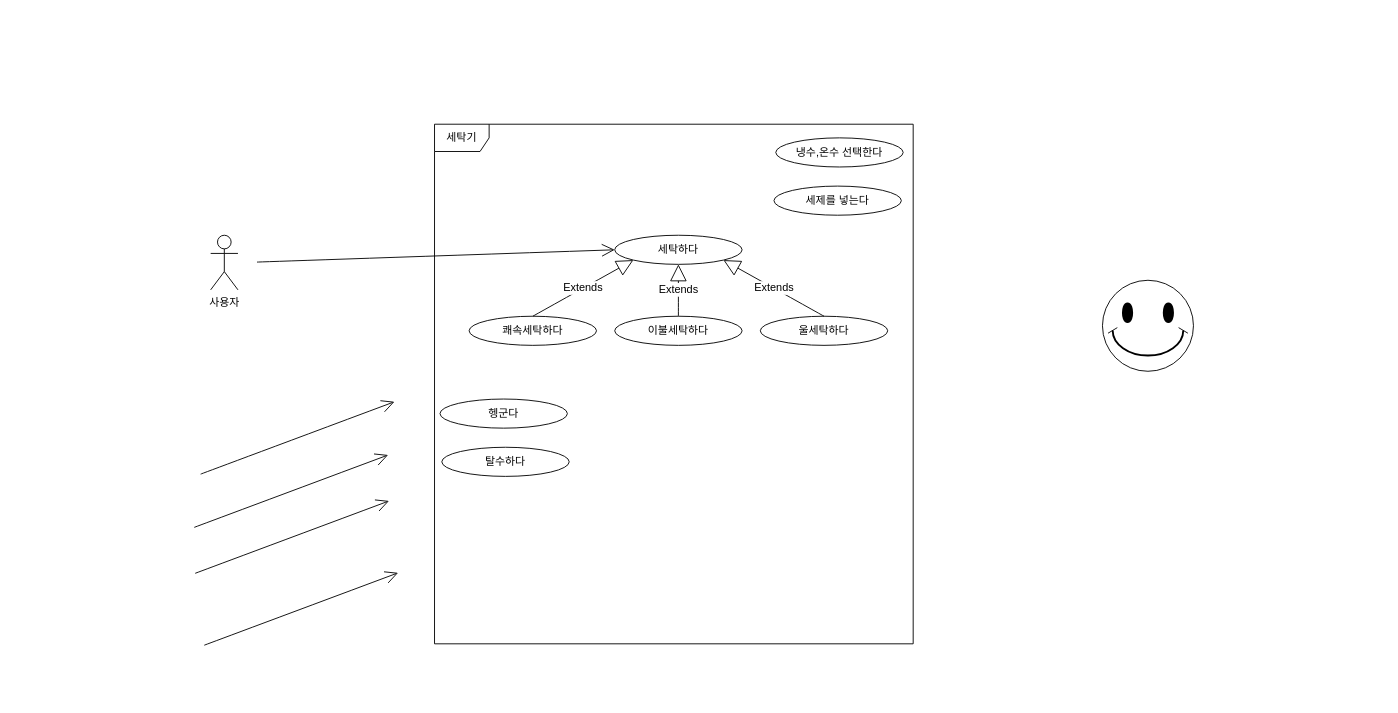
Earlier version of the draw.io diagram 제목 없는 다이어그램.drawio (Heeju-Lee/KOSTA). Source tidied: cells renumbered, new cells numbered last; positions are measured from the earlier drawing's top-left corner, leaving out a move shared by most shapes. Both pictures are drawn from the tidied source at 91%, with x=0, y=0 at pixel (194, 124).
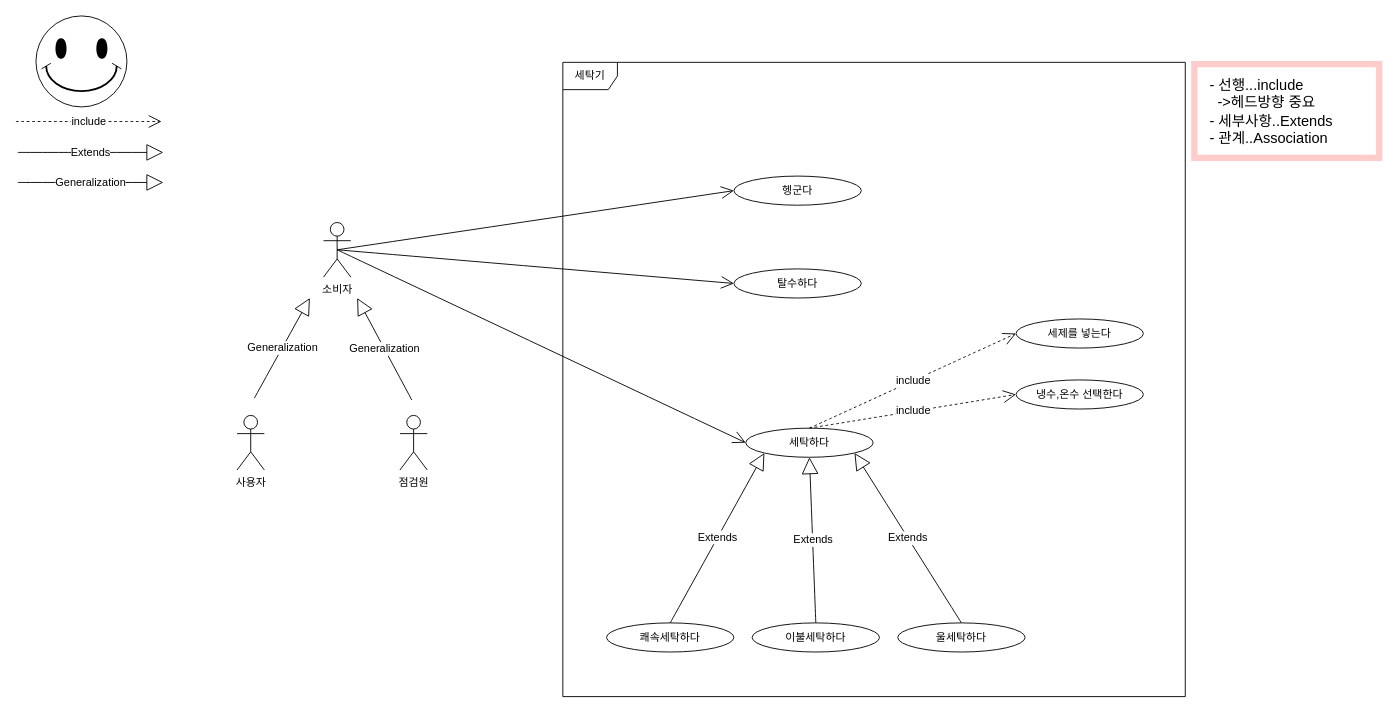
After the change.

Commit message (it also covers changes not shown here):
제목 없는 다이어그램.drawio 업데이트

Change to the diagram source:
```diff
@@
-<mxGraphModel>
+<mxGraphModel background="#ffffff">
@@
-    <mxCell id="2" value="사용자" style="shape=umlActor;verticalLabelPosition=bottom;verticalAlign=top;html=1;" parent="1" vertex="1">
-      <mxGeometry x="18" y="122" width="30" height="60" as="geometry" />
+    <mxCell id="2" value="소비자" style="shape=umlActor;verticalLabelPosition=bottom;verticalAlign=top;html=1;" parent="1" vertex="1">
+      <mxGeometry x="142" y="108" width="30" height="60" as="geometry" />
     </mxCell>
     <mxCell id="3" style="verticalLabelPosition=bottom;verticalAlign=top;html=1;shape=mxgraph.basic.smiley;" parent="1" vertex="1">
-      <mxGeometry x="998" y="171.5" width="100" height="100" as="geometry" />
+      <mxGeometry x="-174" y="-119" width="100" height="100" as="geometry" />
     </mxCell>
     <mxCell id="4" value="세탁하다" style="ellipse;whiteSpace=wrap;html=1;" parent="1" vertex="1">
-      <mxGeometry x="462" y="122" width="140" height="32" as="geometry" />
+      <mxGeometry x="606" y="334" width="140" height="32" as="geometry" />
     </mxCell>
     <mxCell id="5" value="냉수,온수 선택한다" style="ellipse;whiteSpace=wrap;html=1;" parent="1" vertex="1">
-      <mxGeometry x="639" y="15" width="140" height="32" as="geometry" />
+      <mxGeometry x="903" y="281" width="140" height="32" as="geometry" />
     </mxCell>
     <mxCell id="6" value="세제를 넣는다" style="ellipse;whiteSpace=wrap;html=1;" parent="1" vertex="1">
-      <mxGeometry x="637" y="68" width="140" height="32" as="geometry" />
+      <mxGeometry x="903" y="214" width="140" height="32" as="geometry" />
     </mxCell>
     <mxCell id="7" value="탈수하다" style="ellipse;whiteSpace=wrap;html=1;" parent="1" vertex="1">
-      <mxGeometry x="272" y="355" width="140" height="32" as="geometry" />
+      <mxGeometry x="593" y="159" width="140" height="32" as="geometry" />
     </mxCell>
     <mxCell id="8" value="헹군다" style="ellipse;whiteSpace=wrap;html=1;" parent="1" vertex="1">
-      <mxGeometry x="270" y="302" width="140" height="32" as="geometry" />
+      <mxGeometry x="593" y="57" width="140" height="32" as="geometry" />
     </mxCell>
     <mxCell id="9" value="쾌속세탁하다" style="ellipse;whiteSpace=wrap;html=1;" parent="1" vertex="1">
-      <mxGeometry x="302" y="211" width="140" height="32" as="geometry" />
+      <mxGeometry x="453" y="548" width="140" height="32" as="geometry" />
     </mxCell>
     <mxCell id="10" value="이불세탁하다" style="ellipse;whiteSpace=wrap;html=1;" parent="1" vertex="1">
-      <mxGeometry x="462" y="211" width="140" height="32" as="geometry" />
+      <mxGeometry x="613" y="548" width="140" height="32" as="geometry" />
     </mxCell>
     <mxCell id="11" value="세탁기" style="shape=umlFrame;whiteSpace=wrap;html=1;" parent="1" vertex="1">
-      <mxGeometry x="264" width="526" height="571" as="geometry" />
+      <mxGeometry x="405" y="-68" width="684" height="697" as="geometry" />
     </mxCell>
-    <mxCell id="12" style="endArrow=open;endFill=1;endSize=12;html=1;rounded=0;fontSize=12;curved=1;entryX=0;entryY=0.5;entryDx=0;entryDy=0;" parent="1" edge="1" target="4">
-      <mxGeometry relative="1" as="geometry">
-        <mxPoint x="69" y="151.5" as="sourcePoint" />
-      </mxGeometry>
+    <mxCell id="12" style="endArrow=open;endFill=1;endSize=12;html=1;rounded=0;fontSize=12;curved=1;entryX=0;entryY=0.5;entryDx=0;entryDy=0;exitX=0.5;exitY=0.5;exitDx=0;exitDy=0;exitPerimeter=0;" parent="1" edge="1" source="2" target="4">
+      <mxGeometry relative="1" as="geometry" />
     </mxCell>
-    <mxCell id="13" style="endArrow=open;endFill=1;endSize=12;html=1;rounded=0;fontSize=12;curved=1;entryX=0;entryY=0.5;entryDx=0;entryDy=0;" parent="1" edge="1">
-      <mxGeometry relative="1" as="geometry">
-        <mxPoint x="7" y="384.5" as="sourcePoint" />
-        <mxPoint x="220" y="305" as="targetPoint" />
-      </mxGeometry>
-    </mxCell>
-    <mxCell id="14" style="endArrow=open;endFill=1;endSize=12;html=1;rounded=0;fontSize=12;curved=1;entryX=0;entryY=0.5;entryDx=0;entryDy=0;" parent="1" edge="1">
-      <mxGeometry relative="1" as="geometry">
-        <mxPoint y="443" as="sourcePoint" />
-        <mxPoint x="213" y="363.5" as="targetPoint" />
-      </mxGeometry>
-    </mxCell>
-    <mxCell id="15" style="endArrow=open;endFill=1;endSize=12;html=1;rounded=0;fontSize=12;curved=1;entryX=0;entryY=0.5;entryDx=0;entryDy=0;" parent="1" edge="1">
-      <mxGeometry relative="1" as="geometry">
-        <mxPoint x="1" y="493.5" as="sourcePoint" />
-        <mxPoint x="214" y="414" as="targetPoint" />
-      </mxGeometry>
-    </mxCell>
-    <mxCell id="16" style="endArrow=open;endFill=1;endSize=12;html=1;rounded=0;fontSize=12;curved=1;entryX=0;entryY=0.5;entryDx=0;entryDy=0;" parent="1" edge="1">
-      <mxGeometry relative="1" as="geometry">
-        <mxPoint x="11" y="572.5" as="sourcePoint" />
-        <mxPoint x="224" y="493" as="targetPoint" />
-      </mxGeometry>
-    </mxCell>
     <mxCell id="17" value="울세탁하다" style="ellipse;whiteSpace=wrap;html=1;" parent="1" vertex="1">
-      <mxGeometry x="622" y="211" width="140" height="32" as="geometry" />
+      <mxGeometry x="773" y="548" width="140" height="32" as="geometry" />
     </mxCell>
@@
+    <mxCell id="21" style="endArrow=open;endFill=1;endSize=12;html=1;rounded=0;fontSize=12;curved=1;entryX=0;entryY=0.5;entryDx=0;entryDy=0;exitX=0.5;exitY=0.5;exitDx=0;exitDy=0;exitPerimeter=0;" parent="1" edge="1" source="2" target="8">
+      <mxGeometry relative="1" as="geometry" />
+    </mxCell>
+    <mxCell id="22" value="include" style="endArrow=open;endSize=12;dashed=1;html=1;rounded=0;fontSize=12;curved=1;entryX=0;entryY=0.5;entryDx=0;entryDy=0;exitX=0.5;exitY=0;exitDx=0;exitDy=0;" parent="1" edge="1" source="4" target="6">
+      <mxGeometry relative="1" as="geometry" />
+    </mxCell>
+    <mxCell id="23" value="include" style="endArrow=open;endSize=12;dashed=1;html=1;rounded=0;fontSize=12;curved=1;" parent="1" edge="1">
+      <mxGeometry relative="1" as="geometry">
+        <mxPoint x="-196" y="-3" as="sourcePoint" />
+        <mxPoint x="-36" y="-3" as="targetPoint" />
+      </mxGeometry>
+    </mxCell>
+    <mxCell id="24" value="include" style="endArrow=open;endSize=12;dashed=1;html=1;rounded=0;fontSize=12;curved=1;entryX=0;entryY=0.5;entryDx=0;entryDy=0;exitX=0.5;exitY=0;exitDx=0;exitDy=0;" parent="1" edge="1" source="4" target="5">
+      <mxGeometry relative="1" as="geometry" />
+    </mxCell>
+    <mxCell id="25" style="endArrow=open;endFill=1;endSize=12;html=1;rounded=0;fontSize=12;curved=1;entryX=0;entryY=0.5;entryDx=0;entryDy=0;exitX=0.5;exitY=0.5;exitDx=0;exitDy=0;exitPerimeter=0;" parent="1" edge="1" source="2" target="7">
+      <mxGeometry relative="1" as="geometry" />
+    </mxCell>
+    <mxCell id="26" value="- 선행...include&lt;div&gt;&amp;nbsp; -&amp;gt;헤드방향 중요&lt;br&gt;- 세부사항..Extends&lt;div&gt;- 관계..Association&lt;/div&gt;&lt;/div&gt;" style="text;strokeColor=#FFCCCC;fillColor=none;html=1;align=left;verticalAlign=middle;whiteSpace=wrap;rounded=0;fontSize=16;strokeWidth=7;spacingLeft=15;" parent="1" vertex="1">
+      <mxGeometry x="1099" y="-66" width="203" height="103" as="geometry" />
+    </mxCell>
+    <mxCell id="27" value="점검원" style="shape=umlActor;verticalLabelPosition=bottom;verticalAlign=top;html=1;" parent="1" vertex="1">
+      <mxGeometry x="226" y="320" width="30" height="60" as="geometry" />
+    </mxCell>
+    <mxCell id="28" value="사용자" style="shape=umlActor;verticalLabelPosition=bottom;verticalAlign=top;html=1;" parent="1" vertex="1">
+      <mxGeometry x="47" y="320" width="30" height="60" as="geometry" />
+    </mxCell>
+    <mxCell id="29" value="Extends" style="endArrow=block;endSize=16;endFill=0;html=1;rounded=0;fontSize=12;curved=1;" parent="1" edge="1">
+      <mxGeometry relative="1" as="geometry">
+        <mxPoint x="-194" y="31" as="sourcePoint" />
+        <mxPoint x="-34" y="31" as="targetPoint" />
+      </mxGeometry>
+    </mxCell>
+    <mxCell id="30" value="Generalization" style="endArrow=block;endSize=16;endFill=0;html=1;rounded=0;fontSize=12;curved=1;" parent="1" edge="1">
+      <mxGeometry relative="1" as="geometry">
+        <mxPoint x="66" y="301" as="sourcePoint" />
+        <mxPoint x="127" y="191" as="targetPoint" />
+      </mxGeometry>
+    </mxCell>
+    <mxCell id="31" value="Generalization" style="endArrow=block;endSize=16;endFill=0;html=1;rounded=0;fontSize=12;curved=1;" parent="1" edge="1">
+      <mxGeometry relative="1" as="geometry">
+        <mxPoint x="239" y="303" as="sourcePoint" />
+        <mxPoint x="179" y="191" as="targetPoint" />
+      </mxGeometry>
+    </mxCell>
+    <mxCell id="32" value="Generalization" style="endArrow=block;endSize=16;endFill=0;html=1;rounded=0;fontSize=12;curved=1;" parent="1" edge="1">
+      <mxGeometry relative="1" as="geometry">
+        <mxPoint x="-194" y="64" as="sourcePoint" />
+        <mxPoint x="-34" y="64" as="targetPoint" />
+      </mxGeometry>
+    </mxCell>
```
